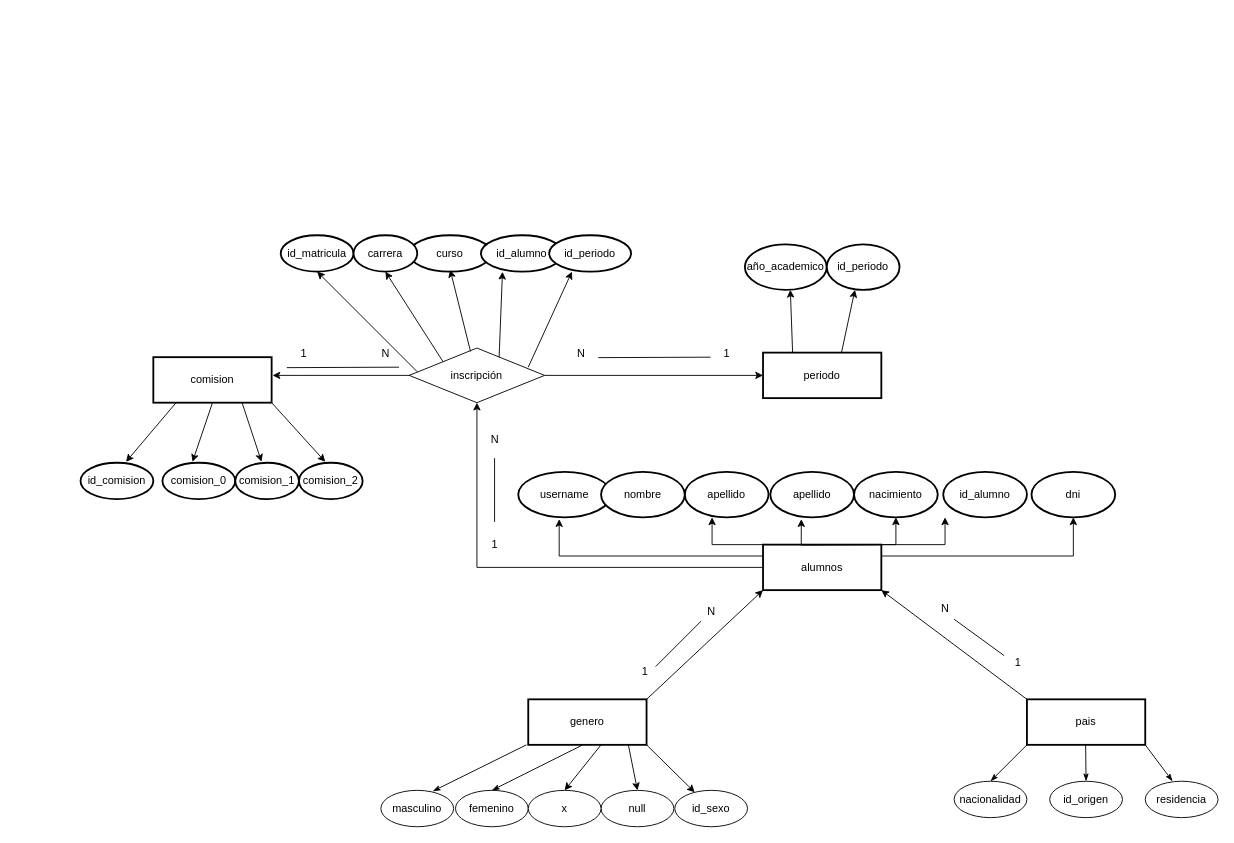
Above: Diagrama sin título.drawio in arcv1337/arcv1337 (draw.io), before the change. Source tidied: cells renumbered, new cells numbered last; positions are measured from the earlier drawing's top-left corner, leaving out a move shared by most shapes. Both pictures are drawn from the tidied source at 91%, with x=0, y=0 at pixel (80, 235).
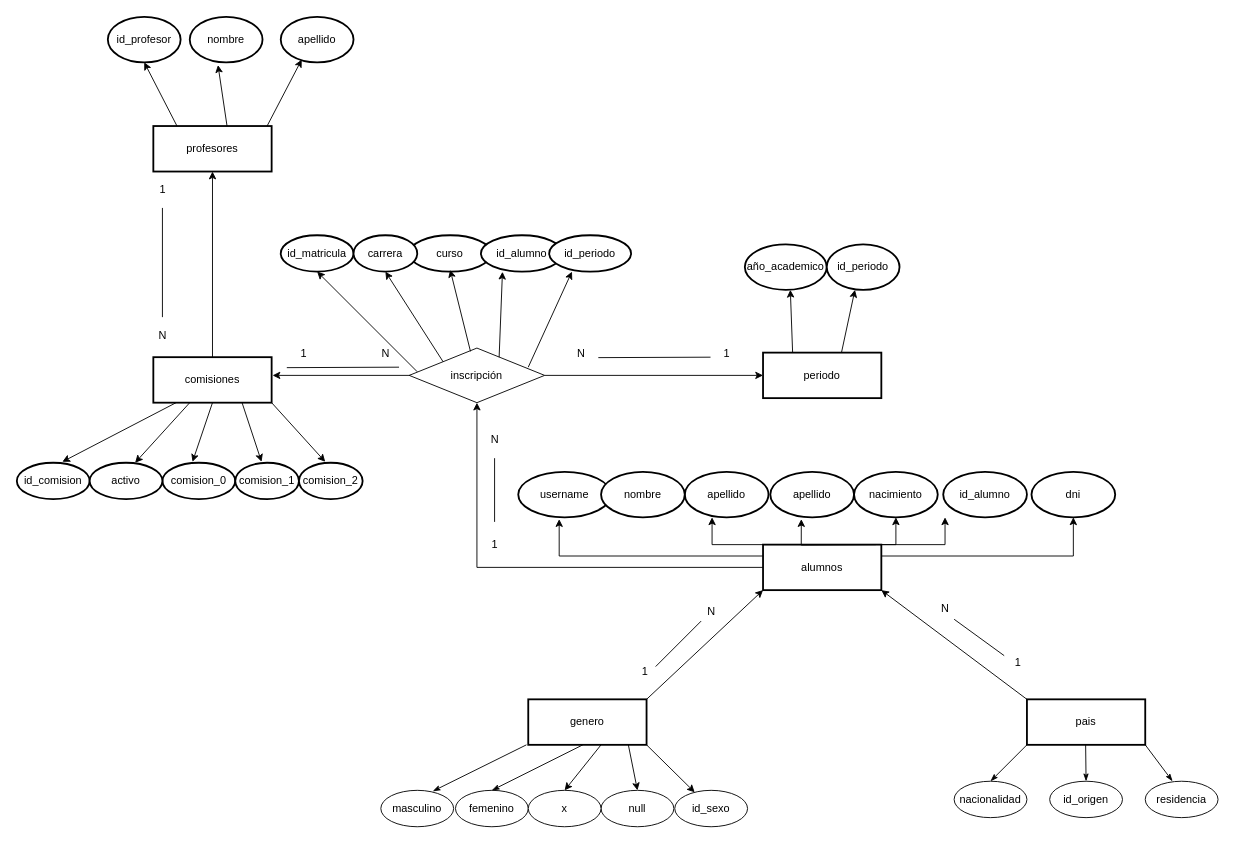
The same page after the edit.

The edit, as a diff of the source:
```diff
@@
+    <mxCell id="80" style="edgeStyle=orthogonalEdgeStyle;rounded=0;jettySize=auto;html=1;exitX=0.5;exitY=0;exitDx=0;exitDy=0;" parent="1" edge="1" source="39" target="81">
+      <mxGeometry relative="1" as="geometry" />
+    </mxCell>
-    <mxCell id="39" value="comision" style="rounded=0;whiteSpace=wrap;html=1;strokeWidth=2;fontSize=12;" parent="1" vertex="1">
+    <mxCell id="39" value="comisiones" style="rounded=0;whiteSpace=wrap;html=1;strokeWidth=2;fontSize=12;" parent="1" vertex="1">
       <mxGeometry x="80" y="134" width="130" height="50" as="geometry" />
     </mxCell>
@@
     <mxCell id="46" value="id_comision" style="ellipse;whiteSpace=wrap;html=1;strokeWidth=2;" parent="1" vertex="1">
-      <mxGeometry y="250" width="80" height="40" as="geometry" />
+      <mxGeometry x="-70" y="250" width="80" height="40" as="geometry" />
     </mxCell>
@@
+    <mxCell id="81" value="profesores" style="rounded=0;whiteSpace=wrap;html=1;strokeWidth=2;fontSize=12;" parent="1" vertex="1">
+      <mxGeometry x="80" y="-120" width="130" height="50" as="geometry" />
+    </mxCell>
+    <mxCell id="82" value="id_profesor" style="ellipse;whiteSpace=wrap;html=1;strokeWidth=2;" parent="1" vertex="1">
+      <mxGeometry x="30" y="-240" width="80" height="50" as="geometry" />
+    </mxCell>
+    <mxCell id="83" style="endArrow=classic;html=1;rounded=0;entryX=0.5;entryY=1;entryDx=0;entryDy=0;exitX=0.2;exitY=0;exitDx=0;exitDy=0;exitPerimeter=0;" parent="1" edge="1" source="81" target="82">
+      <mxGeometry relative="1" as="geometry" />
+    </mxCell>
+    <mxCell id="84" style="endArrow=classic;html=1;rounded=0;exitX=0.623;exitY=0;exitDx=0;exitDy=0;exitPerimeter=0;entryX=0.388;entryY=1.06;entryDx=0;entryDy=0;entryPerimeter=0;" parent="1" edge="1" source="81" target="85">
+      <mxGeometry relative="1" as="geometry" />
+    </mxCell>
+    <mxCell id="85" value="nombre" style="ellipse;whiteSpace=wrap;html=1;strokeWidth=2;" parent="1" vertex="1">
+      <mxGeometry x="120" y="-240" width="80" height="50" as="geometry" />
+    </mxCell>
+    <mxCell id="86" style="endArrow=classic;html=1;rounded=0;exitX=0.2;exitY=0;exitDx=0;exitDy=0;exitPerimeter=0;entryX=0.288;entryY=0.94;entryDx=0;entryDy=0;entryPerimeter=0;" parent="1" edge="1" target="87">
+      <mxGeometry relative="1" as="geometry">
+        <mxPoint x="205" y="-120" as="sourcePoint" />
+      </mxGeometry>
+    </mxCell>
+    <mxCell id="87" value="apellido" style="ellipse;whiteSpace=wrap;html=1;strokeWidth=2;" parent="1" vertex="1">
+      <mxGeometry x="220" y="-240" width="80" height="50" as="geometry" />
+    </mxCell>
+    <mxCell id="88" style="endArrow=none;html=1;rounded=0;" parent="1" edge="1">
+      <mxGeometry relative="1" as="geometry">
+        <mxPoint x="90" y="90" as="sourcePoint" />
+        <mxPoint x="90" y="-30" as="targetPoint" />
+      </mxGeometry>
+    </mxCell>
+    <mxCell id="89" value="1" style="text;html=1;align=center;verticalAlign=middle;strokeColor=none;fillColor=none;" parent="1" vertex="1">
+      <mxGeometry x="75" y="-65" width="30" height="30" as="geometry" />
+    </mxCell>
+    <mxCell id="90" value="N" style="text;html=1;align=center;verticalAlign=middle;strokeColor=none;fillColor=none;" parent="1" vertex="1">
+      <mxGeometry x="75" y="95" width="30" height="30" as="geometry" />
+    </mxCell>
+    <mxCell id="91" style="endArrow=classic;html=1;rounded=0;fontSize=12;exitX=0.5;exitY=1;exitDx=0;exitDy=0;" parent="1" edge="1">
+      <mxGeometry relative="1" as="geometry">
+        <mxPoint x="120" y="184" as="sourcePoint" />
+        <mxPoint x="60" y="250" as="targetPoint" />
+      </mxGeometry>
+    </mxCell>
+    <mxCell id="92" value="activo" style="ellipse;whiteSpace=wrap;html=1;strokeWidth=2;" parent="1" vertex="1">
+      <mxGeometry x="10" y="250" width="80" height="40" as="geometry" />
+    </mxCell>
```
